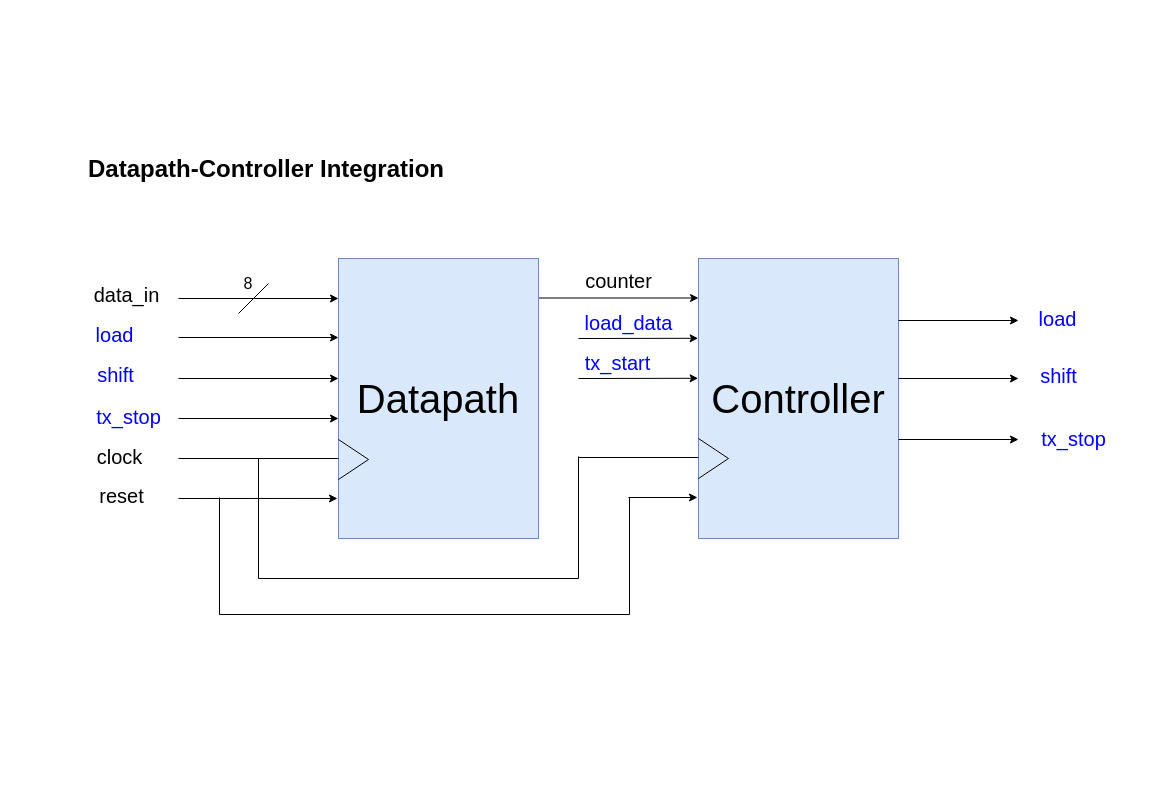
The draw.io diagram docs/datapath-controller_uart.drawio in mnasirEE/uart_serial, before the edit. Source tidied: cells renumbered, new cells numbered last; positions are measured from the earlier drawing's top-left corner, leaving out a move shared by most shapes. Both pictures are drawn from the tidied source at 100%, with x=0, y=0 at pixel (81, 148).
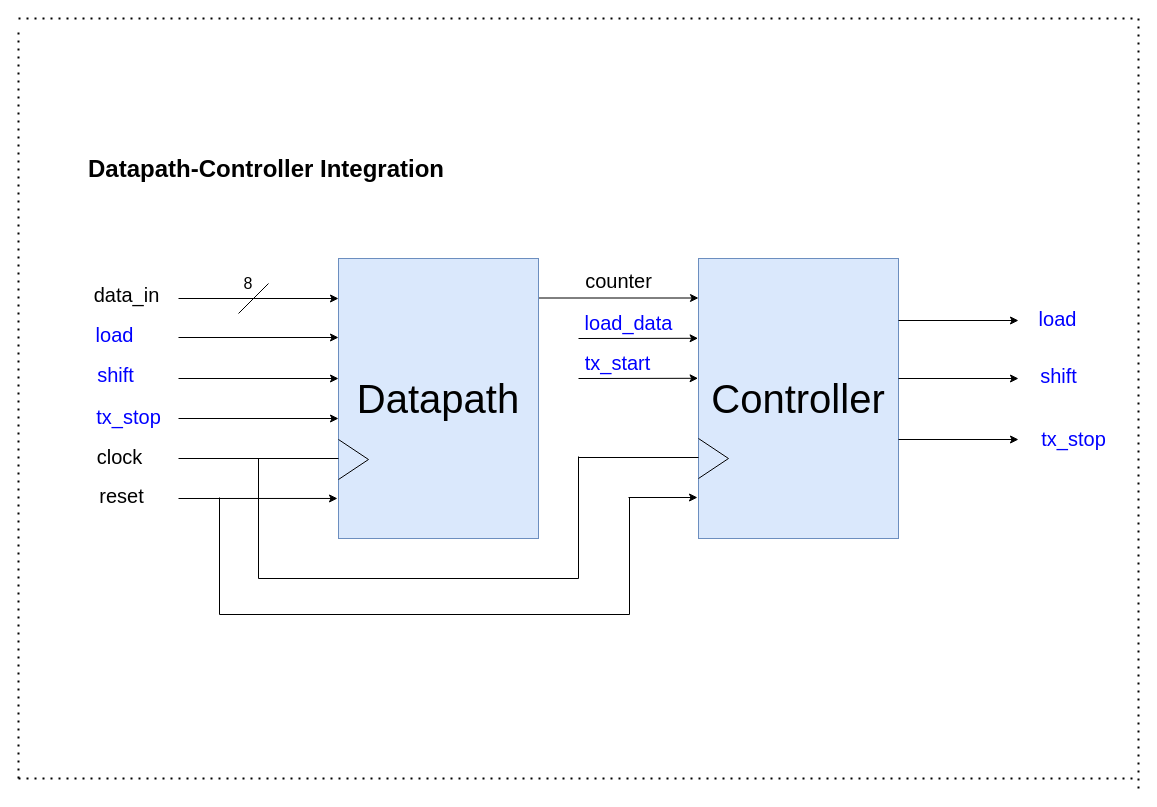
The same page after the edit.

Diff of the diagram source:
```diff
@@
+    <mxCell id="37" style="endArrow=none;dashed=1;html=1;dashPattern=1 3;strokeWidth=2;rounded=0;" parent="1" edge="1">
+      <mxGeometry relative="1" as="geometry">
+        <mxPoint x="-63" y="630" as="sourcePoint" />
+        <mxPoint x="-63" y="-120" as="targetPoint" />
+      </mxGeometry>
+    </mxCell>
+    <mxCell id="38" style="endArrow=none;dashed=1;html=1;dashPattern=1 3;strokeWidth=2;rounded=0;" parent="1" edge="1">
+      <mxGeometry relative="1" as="geometry">
+        <mxPoint x="1057" y="640" as="sourcePoint" />
+        <mxPoint x="1057" y="-130" as="targetPoint" />
+      </mxGeometry>
+    </mxCell>
+    <mxCell id="39" style="endArrow=none;dashed=1;html=1;dashPattern=1 3;strokeWidth=2;rounded=0;" parent="1" edge="1">
+      <mxGeometry relative="1" as="geometry">
+        <mxPoint x="-63" y="-130" as="sourcePoint" />
+        <mxPoint x="1057" y="-130" as="targetPoint" />
+      </mxGeometry>
+    </mxCell>
+    <mxCell id="40" style="endArrow=none;dashed=1;html=1;dashPattern=1 3;strokeWidth=2;rounded=0;" parent="1" edge="1">
+      <mxGeometry relative="1" as="geometry">
+        <mxPoint x="-63" y="630" as="sourcePoint" />
+        <mxPoint x="1057" y="630" as="targetPoint" />
+      </mxGeometry>
+    </mxCell>
```
